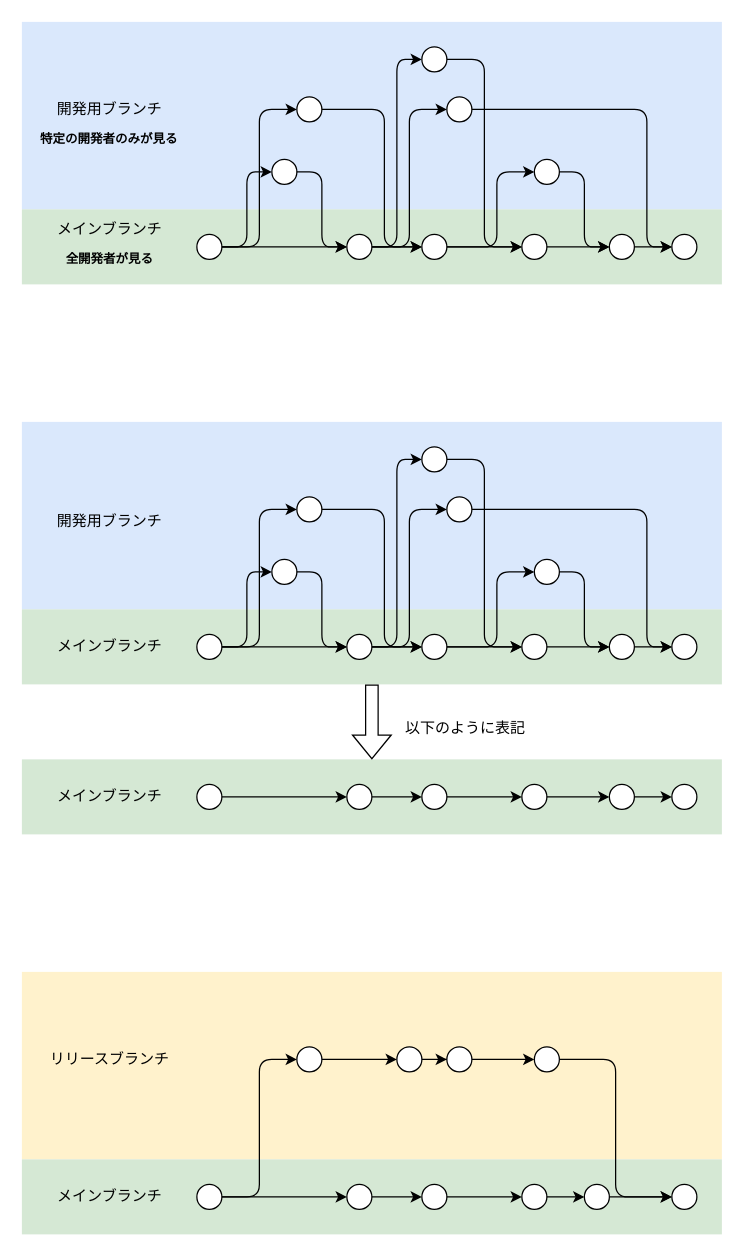
Earlier version of the draw.io diagram images/mobile-trunk-based-release-strategy/trunk-based-flow-for-project.drawio (shotaIDE/zenn). Source tidied: cells renumbered, new cells numbered last; positions are measured from the earlier drawing's top-left corner, leaving out a move shared by most shapes. Both pictures are drawn from the tidied source at 125%, with x=0, y=0 at pixel (21, 21).
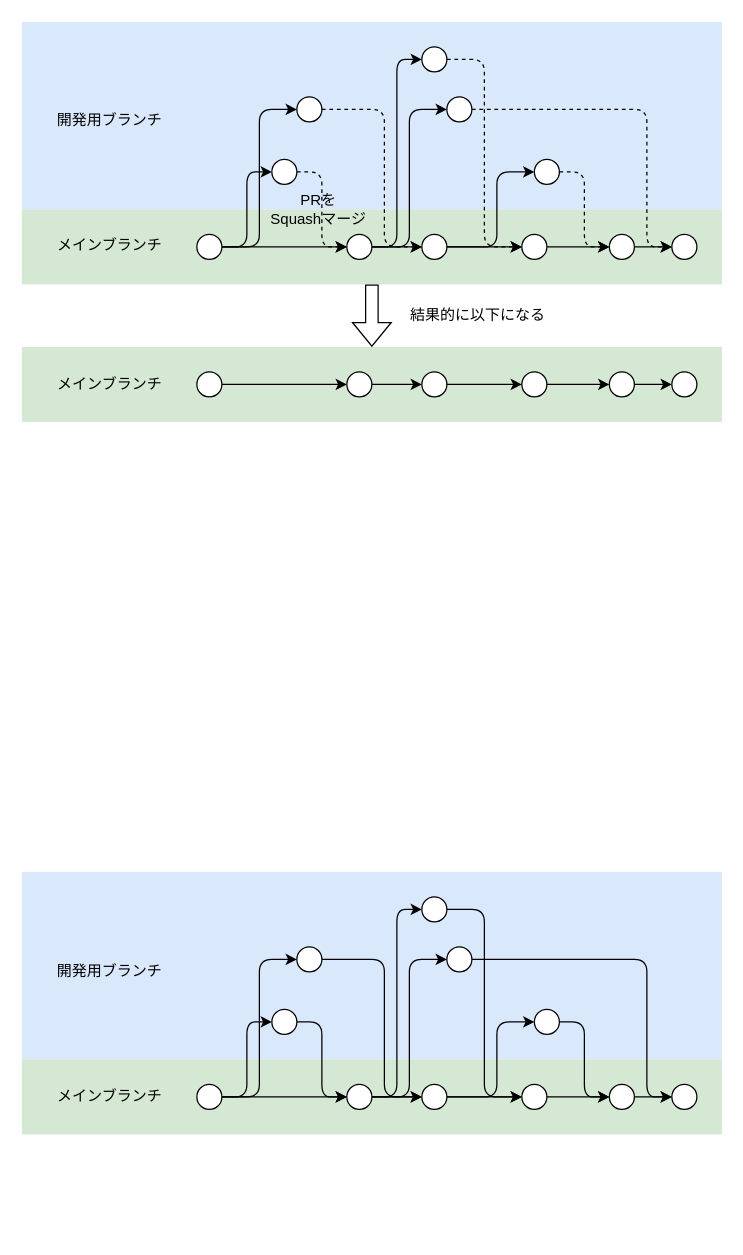
After the change.

Unchanged cells that the change refers to:
```xml
<mxCell id="3" style="rounded=0;whiteSpace=wrap;html=1;fillColor=#d5e8d4;strokeColor=none;" parent="1" vertex="1">
  <mxGeometry y="150" width="560" height="60" as="geometry" />
</mxCell>
<mxCell id="9" style="ellipse;whiteSpace=wrap;html=1;" parent="1" vertex="1">
  <mxGeometry x="200" y="110" width="20" height="20" as="geometry" />
</mxCell>
<mxCell id="13" style="ellipse;whiteSpace=wrap;html=1;" parent="1" vertex="1">
  <mxGeometry x="260" y="170" width="20" height="20" as="geometry" />
</mxCell>
<mxCell id="15" style="ellipse;whiteSpace=wrap;html=1;" parent="1" vertex="1">
  <mxGeometry x="400" y="170" width="20" height="20" as="geometry" />
</mxCell>
<mxCell id="17" style="ellipse;whiteSpace=wrap;html=1;" parent="1" vertex="1">
  <mxGeometry x="470" y="170" width="20" height="20" as="geometry" />
</mxCell>
<mxCell id="19" style="ellipse;whiteSpace=wrap;html=1;" parent="1" vertex="1">
  <mxGeometry x="220" y="60" width="20" height="20" as="geometry" />
</mxCell>
<mxCell id="21" style="ellipse;whiteSpace=wrap;html=1;" parent="1" vertex="1">
  <mxGeometry x="320" y="20" width="20" height="20" as="geometry" />
</mxCell>
<mxCell id="23" style="ellipse;whiteSpace=wrap;html=1;" parent="1" vertex="1">
  <mxGeometry x="410" y="110" width="20" height="20" as="geometry" />
</mxCell>
<mxCell id="32" style="ellipse;whiteSpace=wrap;html=1;" parent="1" vertex="1">
  <mxGeometry x="320" y="170" width="20" height="20" as="geometry" />
</mxCell>
<mxCell id="34" style="ellipse;whiteSpace=wrap;html=1;" parent="1" vertex="1">
  <mxGeometry x="340" y="60" width="20" height="20" as="geometry" />
</mxCell>
<mxCell id="35" style="ellipse;whiteSpace=wrap;html=1;" parent="1" vertex="1">
  <mxGeometry x="520" y="170" width="20" height="20" as="geometry" />
</mxCell>
```

The edit, as a diff of the source:
```diff
@@
-    <mxCell id="8" style="edgeStyle=orthogonalEdgeStyle;rounded=1;jettySize=auto;html=1;entryX=0;entryY=0.5;entryDx=0;entryDy=0;curved=0;" parent="1" edge="1" source="9" target="13">
+    <mxCell id="8" style="edgeStyle=orthogonalEdgeStyle;rounded=1;jettySize=auto;html=1;entryX=0;entryY=0.5;entryDx=0;entryDy=0;curved=0;dashed=1;" parent="1" edge="1" source="9" target="13">
       <mxGeometry relative="1" as="geometry" />
     </mxCell>
@@
-    <mxCell id="18" style="edgeStyle=orthogonalEdgeStyle;rounded=1;jettySize=auto;html=1;entryX=0;entryY=0.5;entryDx=0;entryDy=0;curved=0;" parent="1" edge="1" source="19" target="32">
+    <mxCell id="18" style="edgeStyle=orthogonalEdgeStyle;rounded=1;jettySize=auto;html=1;entryX=0;entryY=0.5;entryDx=0;entryDy=0;curved=0;dashed=1;" parent="1" edge="1" source="19" target="32">
       <mxGeometry relative="1" as="geometry">
         <Array as="points">
           <mxPoint x="290" y="70" />
           <mxPoint x="290" y="180" />
         </Array>
       </mxGeometry>
     </mxCell>
@@
-    <mxCell id="20" style="edgeStyle=orthogonalEdgeStyle;rounded=1;jettySize=auto;html=1;entryX=0;entryY=0.5;entryDx=0;entryDy=0;curved=0;" parent="1" edge="1" source="21" target="15">
+    <mxCell id="20" style="edgeStyle=orthogonalEdgeStyle;rounded=1;jettySize=auto;html=1;entryX=0;entryY=0.5;entryDx=0;entryDy=0;curved=0;dashed=1;" parent="1" edge="1" source="21" target="15">
       <mxGeometry relative="1" as="geometry" />
     </mxCell>
@@
-    <mxCell id="22" style="edgeStyle=orthogonalEdgeStyle;rounded=1;jettySize=auto;html=1;entryX=0;entryY=0.5;entryDx=0;entryDy=0;curved=0;" parent="1" edge="1" source="23" target="17">
+    <mxCell id="22" style="edgeStyle=orthogonalEdgeStyle;rounded=1;jettySize=auto;html=1;entryX=0;entryY=0.5;entryDx=0;entryDy=0;curved=0;dashed=1;" parent="1" edge="1" source="23" target="17">
       <mxGeometry relative="1" as="geometry" />
     </mxCell>
@@
-    <mxCell id="24" style="group;" parent="1" vertex="1">
-      <mxGeometry x="10" y="60" width="120" height="45" as="geometry" />
-    </mxCell>
-    <mxCell id="25" value="開発用ブランチ" style="text;html=1;strokeColor=none;fillColor=none;align=center;verticalAlign=middle;whiteSpace=wrap;rounded=0;" parent="24" vertex="1">
-      <mxGeometry x="9.5" width="101" height="20" as="geometry" />
-    </mxCell>
-    <mxCell id="26" value="&lt;div style=&quot;font-size: 10px;&quot;&gt;特定の開発者のみが&lt;span style=&quot;background-color: initial;&quot;&gt;見る&lt;/span&gt;&lt;/div&gt;" style="text;html=1;strokeColor=none;fillColor=none;align=center;verticalAlign=middle;whiteSpace=wrap;rounded=0;fontSize=10;fontStyle=1;" parent="24" vertex="1">
-      <mxGeometry y="20" width="120" height="25" as="geometry" />
-    </mxCell>
-    <mxCell id="27" style="group;" parent="1" vertex="1">
-      <mxGeometry x="14.5" y="155" width="111" height="45" as="geometry" />
-    </mxCell>
-    <mxCell id="28" value="メインブランチ" style="text;html=1;strokeColor=none;fillColor=none;align=center;verticalAlign=middle;whiteSpace=wrap;rounded=0;" parent="27" vertex="1">
-      <mxGeometry width="111" height="22.5" as="geometry" />
-    </mxCell>
-    <mxCell id="29" value="&lt;font style=&quot;font-size: 10px;&quot;&gt;&lt;b&gt;全開発者が見る&lt;/b&gt;&lt;/font&gt;" style="text;html=1;strokeColor=none;fillColor=none;align=center;verticalAlign=middle;whiteSpace=wrap;rounded=0;" parent="27" vertex="1">
-      <mxGeometry y="22.5" width="111" height="22.5" as="geometry" />
-    </mxCell>
@@
-    <mxCell id="33" style="edgeStyle=orthogonalEdgeStyle;rounded=1;jettySize=auto;html=1;entryX=0;entryY=0.5;entryDx=0;entryDy=0;curved=0;" parent="1" edge="1" source="34" target="35">
+    <mxCell id="33" style="edgeStyle=orthogonalEdgeStyle;rounded=1;jettySize=auto;html=1;entryX=0;entryY=0.5;entryDx=0;entryDy=0;curved=0;dashed=1;" parent="1" edge="1" source="34" target="35">
       <mxGeometry relative="1" as="geometry">
         <Array as="points">
           <mxPoint x="500" y="70" />
           <mxPoint x="500" y="180" />
         </Array>
       </mxGeometry>
     </mxCell>
@@
     <mxCell id="36" style="rounded=0;whiteSpace=wrap;html=1;fillColor=#dae8fc;strokeColor=none;" parent="1" vertex="1">
-      <mxGeometry y="320" width="560" height="150" as="geometry" />
+      <mxGeometry y="680" width="560" height="150" as="geometry" />
     </mxCell>
     <mxCell id="37" style="rounded=0;whiteSpace=wrap;html=1;fillColor=#d5e8d4;strokeColor=none;" parent="1" vertex="1">
-      <mxGeometry y="470" width="560" height="60" as="geometry" />
+      <mxGeometry y="830" width="560" height="60" as="geometry" />
     </mxCell>
@@
     <mxCell id="41" style="ellipse;whiteSpace=wrap;html=1;" parent="1" vertex="1">
-      <mxGeometry x="140" y="490" width="20" height="20" as="geometry" />
+      <mxGeometry x="140" y="850" width="20" height="20" as="geometry" />
     </mxCell>
@@
     <mxCell id="43" style="ellipse;whiteSpace=wrap;html=1;" parent="1" vertex="1">
-      <mxGeometry x="200" y="430" width="20" height="20" as="geometry" />
+      <mxGeometry x="200" y="790" width="20" height="20" as="geometry" />
     </mxCell>
@@
     <mxCell id="47" style="ellipse;whiteSpace=wrap;html=1;" parent="1" vertex="1">
-      <mxGeometry x="260" y="490" width="20" height="20" as="geometry" />
+      <mxGeometry x="260" y="850" width="20" height="20" as="geometry" />
     </mxCell>
@@
     <mxCell id="49" style="ellipse;whiteSpace=wrap;html=1;" parent="1" vertex="1">
-      <mxGeometry x="400" y="490" width="20" height="20" as="geometry" />
+      <mxGeometry x="400" y="850" width="20" height="20" as="geometry" />
     </mxCell>
@@
     <mxCell id="51" style="ellipse;whiteSpace=wrap;html=1;" parent="1" vertex="1">
-      <mxGeometry x="470" y="490" width="20" height="20" as="geometry" />
+      <mxGeometry x="470" y="850" width="20" height="20" as="geometry" />
     </mxCell>
     <mxCell id="52" style="edgeStyle=orthogonalEdgeStyle;rounded=1;jettySize=auto;html=1;entryX=0;entryY=0.5;entryDx=0;entryDy=0;curved=0;" parent="1" edge="1" source="53" target="60">
       <mxGeometry relative="1" as="geometry">
         <Array as="points">
-          <mxPoint x="290" y="390" />
-          <mxPoint x="290" y="500" />
+          <mxPoint x="290" y="750" />
+          <mxPoint x="290" y="860" />
         </Array>
       </mxGeometry>
     </mxCell>
     <mxCell id="53" style="ellipse;whiteSpace=wrap;html=1;" parent="1" vertex="1">
-      <mxGeometry x="220" y="380" width="20" height="20" as="geometry" />
+      <mxGeometry x="220" y="740" width="20" height="20" as="geometry" />
     </mxCell>
@@
     <mxCell id="55" style="ellipse;whiteSpace=wrap;html=1;" parent="1" vertex="1">
-      <mxGeometry x="320" y="340" width="20" height="20" as="geometry" />
+      <mxGeometry x="320" y="700" width="20" height="20" as="geometry" />
     </mxCell>
@@
     <mxCell id="57" style="ellipse;whiteSpace=wrap;html=1;" parent="1" vertex="1">
-      <mxGeometry x="410" y="430" width="20" height="20" as="geometry" />
+      <mxGeometry x="410" y="790" width="20" height="20" as="geometry" />
     </mxCell>
     <mxCell id="58" style="edgeStyle=orthogonalEdgeStyle;rounded=1;jettySize=auto;html=1;entryX=0;entryY=0.5;entryDx=0;entryDy=0;curved=0;" parent="1" edge="1" source="60" target="57">
       <mxGeometry relative="1" as="geometry">
         <Array as="points">
-          <mxPoint x="380" y="500" />
-          <mxPoint x="380" y="440" />
+          <mxPoint x="380" y="860" />
+          <mxPoint x="380" y="800" />
         </Array>
       </mxGeometry>
     </mxCell>
@@
     <mxCell id="60" style="ellipse;whiteSpace=wrap;html=1;" parent="1" vertex="1">
-      <mxGeometry x="320" y="490" width="20" height="20" as="geometry" />
+      <mxGeometry x="320" y="850" width="20" height="20" as="geometry" />
     </mxCell>
     <mxCell id="61" style="edgeStyle=orthogonalEdgeStyle;rounded=1;jettySize=auto;html=1;entryX=0;entryY=0.5;entryDx=0;entryDy=0;curved=0;" parent="1" edge="1" source="62" target="63">
       <mxGeometry relative="1" as="geometry">
         <Array as="points">
-          <mxPoint x="500" y="390" />
-          <mxPoint x="500" y="500" />
+          <mxPoint x="500" y="750" />
+          <mxPoint x="500" y="860" />
         </Array>
       </mxGeometry>
     </mxCell>
     <mxCell id="62" style="ellipse;whiteSpace=wrap;html=1;" parent="1" vertex="1">
-      <mxGeometry x="340" y="380" width="20" height="20" as="geometry" />
+      <mxGeometry x="340" y="740" width="20" height="20" as="geometry" />
     </mxCell>
     <mxCell id="63" style="ellipse;whiteSpace=wrap;html=1;" parent="1" vertex="1">
-      <mxGeometry x="520" y="490" width="20" height="20" as="geometry" />
+      <mxGeometry x="520" y="850" width="20" height="20" as="geometry" />
     </mxCell>
     <mxCell id="64" value="開発用ブランチ" style="text;html=1;strokeColor=none;fillColor=none;align=center;verticalAlign=middle;whiteSpace=wrap;rounded=0;" parent="1" vertex="1">
-      <mxGeometry x="19.5" y="390" width="101" height="20" as="geometry" />
+      <mxGeometry x="19.5" y="750" width="101" height="20" as="geometry" />
     </mxCell>
     <mxCell id="65" value="メインブランチ" style="text;html=1;strokeColor=none;fillColor=none;align=center;verticalAlign=middle;whiteSpace=wrap;rounded=0;" parent="1" vertex="1">
-      <mxGeometry x="14.5" y="488.8" width="111" height="22.5" as="geometry" />
+      <mxGeometry x="14.5" y="848.8" width="111" height="22.5" as="geometry" />
     </mxCell>
     <mxCell id="66" style="rounded=0;whiteSpace=wrap;html=1;fillColor=#d5e8d4;strokeColor=none;" parent="1" vertex="1">
-      <mxGeometry y="590" width="560" height="60" as="geometry" />
+      <mxGeometry y="260" width="560" height="60" as="geometry" />
     </mxCell>
@@
     <mxCell id="68" style="ellipse;whiteSpace=wrap;html=1;" parent="1" vertex="1">
-      <mxGeometry x="140" y="610" width="20" height="20" as="geometry" />
+      <mxGeometry x="140" y="280" width="20" height="20" as="geometry" />
     </mxCell>
@@
     <mxCell id="70" style="ellipse;whiteSpace=wrap;html=1;" parent="1" vertex="1">
-      <mxGeometry x="260" y="610" width="20" height="20" as="geometry" />
+      <mxGeometry x="260" y="280" width="20" height="20" as="geometry" />
     </mxCell>
@@
     <mxCell id="72" style="ellipse;whiteSpace=wrap;html=1;" parent="1" vertex="1">
-      <mxGeometry x="400" y="610" width="20" height="20" as="geometry" />
+      <mxGeometry x="400" y="280" width="20" height="20" as="geometry" />
     </mxCell>
@@
     <mxCell id="74" style="ellipse;whiteSpace=wrap;html=1;" parent="1" vertex="1">
-      <mxGeometry x="470" y="610" width="20" height="20" as="geometry" />
+      <mxGeometry x="470" y="280" width="20" height="20" as="geometry" />
     </mxCell>
@@
     <mxCell id="76" style="ellipse;whiteSpace=wrap;html=1;" parent="1" vertex="1">
-      <mxGeometry x="320" y="610" width="20" height="20" as="geometry" />
+      <mxGeometry x="320" y="280" width="20" height="20" as="geometry" />
     </mxCell>
     <mxCell id="77" style="ellipse;whiteSpace=wrap;html=1;" parent="1" vertex="1">
-      <mxGeometry x="520" y="610" width="20" height="20" as="geometry" />
+      <mxGeometry x="520" y="280" width="20" height="20" as="geometry" />
     </mxCell>
     <mxCell id="78" value="メインブランチ" style="text;html=1;strokeColor=none;fillColor=none;align=center;verticalAlign=middle;whiteSpace=wrap;rounded=0;" parent="1" vertex="1">
-      <mxGeometry x="14.5" y="608.8" width="111" height="22.5" as="geometry" />
+      <mxGeometry x="14.5" y="278.8" width="111" height="22.5" as="geometry" />
     </mxCell>
-    <mxCell id="79" style="shape=flexArrow;endArrow=classic;html=1;rounded=0;" parent="1" edge="1" source="37" target="66">
+    <mxCell id="79" style="shape=flexArrow;endArrow=classic;html=1;rounded=0;exitX=0.5;exitY=1;exitDx=0;exitDy=0;" parent="1" edge="1" source="3" target="66">
       <mxGeometry relative="1" as="geometry" />
     </mxCell>
-    <mxCell id="80" value="以下のように表記" style="text;html=1;align=center;verticalAlign=middle;whiteSpace=wrap;rounded=0;" parent="1" vertex="1">
-      <mxGeometry x="300" y="550" width="110" height="30" as="geometry" />
+    <mxCell id="80" value="結果的に以下になる" style="text;html=1;align=center;verticalAlign=middle;whiteSpace=wrap;rounded=0;" parent="1" vertex="1">
+      <mxGeometry x="300" y="220" width="130" height="30" as="geometry" />
     </mxCell>
-    <mxCell id="81" style="rounded=0;whiteSpace=wrap;html=1;fillColor=#fff2cc;strokeColor=none;" parent="1" vertex="1">
-      <mxGeometry y="760" width="560" height="150" as="geometry" />
-    </mxCell>
-    <mxCell id="82" style="rounded=0;whiteSpace=wrap;html=1;fillColor=#d5e8d4;strokeColor=none;" parent="1" vertex="1">
-      <mxGeometry y="910" width="560" height="60" as="geometry" />
-    </mxCell>
-    <mxCell id="83" style="edgeStyle=orthogonalEdgeStyle;rounded=0;jettySize=auto;html=1;entryX=0;entryY=0.5;entryDx=0;entryDy=0;" parent="1" edge="1" source="85" target="89">
-      <mxGeometry relative="1" as="geometry" />
-    </mxCell>
-    <mxCell id="84" style="edgeStyle=orthogonalEdgeStyle;rounded=1;jettySize=auto;html=1;entryX=0;entryY=0.5;entryDx=0;entryDy=0;curved=0;" parent="1" edge="1" source="85" target="95">
-      <mxGeometry relative="1" as="geometry" />
-    </mxCell>
-    <mxCell id="85" style="ellipse;whiteSpace=wrap;html=1;" parent="1" vertex="1">
-      <mxGeometry x="140" y="930" width="20" height="20" as="geometry" />
-    </mxCell>
-    <mxCell id="86" style="edgeStyle=orthogonalEdgeStyle;rounded=0;jettySize=auto;html=1;" parent="1" edge="1" source="87" target="101">
-      <mxGeometry relative="1" as="geometry" />
-    </mxCell>
-    <mxCell id="87" style="ellipse;whiteSpace=wrap;html=1;" parent="1" vertex="1">
-      <mxGeometry x="300" y="820" width="20" height="20" as="geometry" />
-    </mxCell>
-    <mxCell id="88" style="edgeStyle=orthogonalEdgeStyle;rounded=0;jettySize=auto;html=1;entryX=0;entryY=0.5;entryDx=0;entryDy=0;" parent="1" edge="1" source="89" target="99">
-      <mxGeometry relative="1" as="geometry" />
-    </mxCell>
-    <mxCell id="89" style="ellipse;whiteSpace=wrap;html=1;" parent="1" vertex="1">
-      <mxGeometry x="260" y="930" width="20" height="20" as="geometry" />
-    </mxCell>
-    <mxCell id="90" style="edgeStyle=orthogonalEdgeStyle;rounded=0;jettySize=auto;html=1;" parent="1" edge="1" source="91" target="93">
-      <mxGeometry relative="1" as="geometry" />
-    </mxCell>
-    <mxCell id="91" style="ellipse;whiteSpace=wrap;html=1;" parent="1" vertex="1">
-      <mxGeometry x="400" y="930" width="20" height="20" as="geometry" />
-    </mxCell>
-    <mxCell id="92" style="edgeStyle=orthogonalEdgeStyle;rounded=0;jettySize=auto;html=1;" parent="1" edge="1" source="93" target="102">
-      <mxGeometry relative="1" as="geometry" />
-    </mxCell>
-    <mxCell id="93" style="ellipse;whiteSpace=wrap;html=1;" parent="1" vertex="1">
-      <mxGeometry x="450" y="930" width="20" height="20" as="geometry" />
-    </mxCell>
-    <mxCell id="94" style="edgeStyle=orthogonalEdgeStyle;rounded=0;jettySize=auto;html=1;entryX=0;entryY=0.5;entryDx=0;entryDy=0;" parent="1" edge="1" source="95" target="87">
-      <mxGeometry relative="1" as="geometry" />
-    </mxCell>
-    <mxCell id="95" style="ellipse;whiteSpace=wrap;html=1;" parent="1" vertex="1">
-      <mxGeometry x="220" y="820" width="20" height="20" as="geometry" />
-    </mxCell>
-    <mxCell id="96" style="edgeStyle=orthogonalEdgeStyle;rounded=1;jettySize=auto;html=1;entryX=0;entryY=0.5;entryDx=0;entryDy=0;curved=0;" parent="1" edge="1" source="97" target="102">
-      <mxGeometry relative="1" as="geometry" />
-    </mxCell>
-    <mxCell id="97" style="ellipse;whiteSpace=wrap;html=1;" parent="1" vertex="1">
-      <mxGeometry x="410" y="820" width="20" height="20" as="geometry" />
-    </mxCell>
-    <mxCell id="98" style="edgeStyle=orthogonalEdgeStyle;rounded=0;jettySize=auto;html=1;entryX=0;entryY=0.5;entryDx=0;entryDy=0;" parent="1" edge="1" source="99" target="91">
-      <mxGeometry relative="1" as="geometry" />
-    </mxCell>
-    <mxCell id="99" style="ellipse;whiteSpace=wrap;html=1;" parent="1" vertex="1">
-      <mxGeometry x="320" y="930" width="20" height="20" as="geometry" />
-    </mxCell>
-    <mxCell id="100" style="edgeStyle=orthogonalEdgeStyle;rounded=0;jettySize=auto;html=1;" parent="1" edge="1" source="101" target="97">
-      <mxGeometry relative="1" as="geometry" />
-    </mxCell>
-    <mxCell id="101" style="ellipse;whiteSpace=wrap;html=1;" parent="1" vertex="1">
-      <mxGeometry x="340" y="820" width="20" height="20" as="geometry" />
-    </mxCell>
-    <mxCell id="102" style="ellipse;whiteSpace=wrap;html=1;" parent="1" vertex="1">
-      <mxGeometry x="520" y="930" width="20" height="20" as="geometry" />
-    </mxCell>
-    <mxCell id="103" value="メインブランチ" style="text;html=1;strokeColor=none;fillColor=none;align=center;verticalAlign=middle;whiteSpace=wrap;rounded=0;" parent="1" vertex="1">
-      <mxGeometry x="14.5" y="928.8" width="111" height="22.5" as="geometry" />
-    </mxCell>
-    <mxCell id="104" value="リリースブランチ" style="text;html=1;strokeColor=none;fillColor=none;align=center;verticalAlign=middle;whiteSpace=wrap;rounded=0;" parent="1" vertex="1">
-      <mxGeometry x="14.5" y="818.8" width="111" height="22.5" as="geometry" />
-    </mxCell>
+    <mxCell id="25" value="開発用ブランチ" style="text;html=1;strokeColor=none;fillColor=none;align=center;verticalAlign=middle;whiteSpace=wrap;rounded=0;" parent="1" vertex="1">
+      <mxGeometry x="19.5" y="68.8" width="101" height="20" as="geometry" />
+    </mxCell>
+    <mxCell id="105" value="メインブランチ" style="text;html=1;strokeColor=none;fillColor=none;align=center;verticalAlign=middle;whiteSpace=wrap;rounded=0;" parent="1" vertex="1">
+      <mxGeometry x="14.5" y="167.5" width="111" height="22.5" as="geometry" />
+    </mxCell>
+    <mxCell id="106" value="PRを&lt;div&gt;Squashマージ&lt;/div&gt;" style="text;html=1;align=center;verticalAlign=middle;whiteSpace=wrap;rounded=0;" parent="1" vertex="1">
+      <mxGeometry x="190" y="130" width="94.5" height="40" as="geometry" />
+    </mxCell>
```
